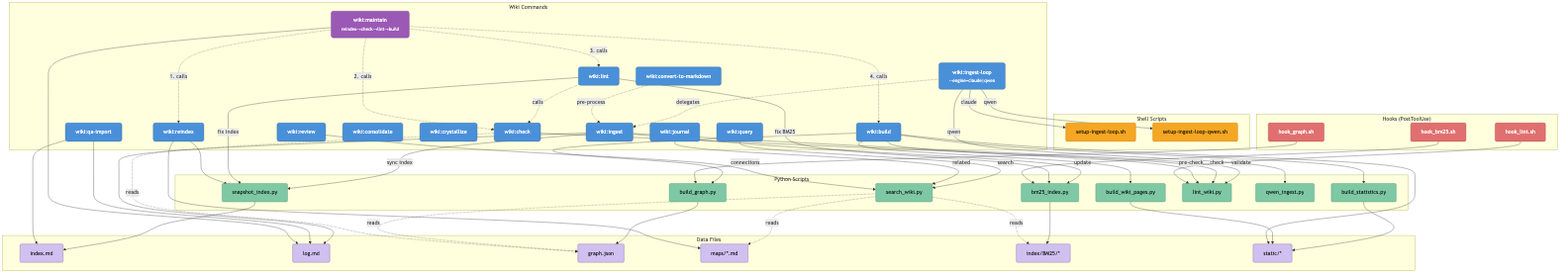
Before: static/asset/DAG.png, a diagram exported from Mermaid (1998x-stack/llm-wiki-plugin). Its source is kept beside it as static/asset/DAG.mmd.
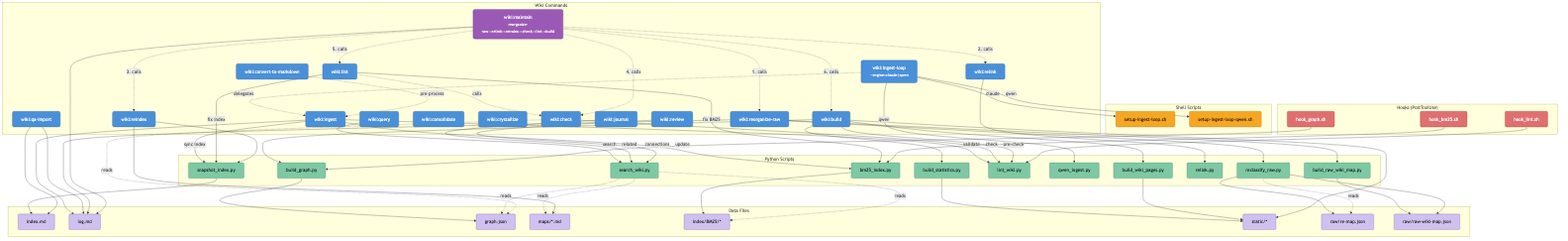
Above is the later version.

Diff of the diagram source:
```diff
@@ -10,7 +10,9 @@
     C_LINT["wiki:lint"]
     C_BUILD["wiki:build"]
     C_REINDEX["wiki:reindex"]
-    C_MAINTAIN["wiki:maintain<br/><small>reindex→check→lint→build</small>"]
+    C_RELINK["wiki:relink"]
+    C_REORGANIZE["wiki:reorganize-raw"]
+    C_MAINTAIN["wiki:maintain<br/><small>reorganize-raw→relink→reindex→check→lint→build</small>"]
     C_CONSOLIDATE["wiki:consolidate"]
     C_CRYSTALLIZE["wiki:crystallize"]
     C_JOURNAL["wiki:journal"]
@@ -29,6 +31,9 @@
     PY_LINT["lint_wiki.py"]
     PY_QWEN["qwen_ingest.py"]
     PY_SEARCH["search_wiki.py"]
+    PY_RELINK["relink.py"]
+    PY_RAWMAP["build_raw_wiki_map.py"]
+    PY_RECLASSIFY["reclassify_raw.py"]
 end
 
 subgraph SHSCRIPTS["Shell Scripts"]
@@ -52,6 +57,8 @@
     D_MAPS["maps/*.md"]
     D_BM25["index/BM25/*"]
     D_STATIC["static/*"]
+    D_REMAP["raw/re-map.json"]
+    D_RAWWIKI["raw/raw-wiki-map.json"]
 end
 
 
@@ -79,10 +86,17 @@
 
 C_REINDEX --> PY_SNAP
 
-C_MAINTAIN -.->|"1. calls"| C_REINDEX
-C_MAINTAIN -.->|"2. calls"| C_CHECK
-C_MAINTAIN -.->|"3. calls"| C_LINT
-C_MAINTAIN -.->|"4. calls"| C_BUILD
+C_RELINK --> PY_RELINK
+
+C_REORGANIZE --> PY_RAWMAP
+C_REORGANIZE --> PY_RECLASSIFY
+
+C_MAINTAIN -.->|"1. calls"| C_REORGANIZE
+C_MAINTAIN -.->|"2. calls"| C_RELINK
+C_MAINTAIN -.->|"3. calls"| C_REINDEX
+C_MAINTAIN -.->|"4. calls"| C_CHECK
+C_MAINTAIN -.->|"5. calls"| C_LINT
+C_MAINTAIN -.->|"6. calls"| C_BUILD
 
 C_JOURNAL -->|"related"| PY_SEARCH
 C_REVIEW -->|"connections"| PY_SEARCH
@@ -100,12 +114,16 @@
 PY_STATS --> D_STATIC
 PY_WIKI --> D_STATIC
 PY_SNAP --> D_INDEX
+PY_RAWMAP --> D_RAWWIKI
+PY_RECLASSIFY --> D_REMAP
+PY_RECLASSIFY --> D_RAWWIKI
 
 
 PY_SEARCH -.->|"reads"| D_BM25
 PY_SEARCH -.->|"reads"| D_MAPS
 PY_SEARCH -.->|"reads"| D_GRAPH
 C_CHECK -.->|"reads"| D_GRAPH
+PY_RECLASSIFY -.->|"reads"| D_REMAP
 
 
 C_INGEST --> D_LOG
@@ -113,6 +131,7 @@
 C_QAIMPORT --> D_LOG
 C_REINDEX --> D_MAPS
 C_BUILD --> D_STATIC
+C_REORGANIZE --> D_LOG
 C_MAINTAIN --> D_LOG
 
 
@@ -123,9 +142,9 @@
 classDef data     fill:#D0C0F0,stroke:#7060A0,color:#000,rx:4
 classDef pipeline fill:#9B59B6,stroke:#6C3483,color:#fff,rx:6
 
-class C_INGEST,C_LOOP,C_QUERY,C_CHECK,C_LINT,C_BUILD,C_REINDEX,C_CONSOLIDATE,C_CRYSTALLIZE,C_JOURNAL,C_REVIEW,C_QAIMPORT,C_CONVERT command
+class C_INGEST,C_LOOP,C_QUERY,C_CHECK,C_LINT,C_BUILD,C_REINDEX,C_RELINK,C_REORGANIZE,C_CONSOLIDATE,C_CRYSTALLIZE,C_JOURNAL,C_REVIEW,C_QAIMPORT,C_CONVERT command
 class C_MAINTAIN pipeline
-class PY_BM25,PY_GRAPH,PY_STATS,PY_WIKI,PY_SNAP,PY_LINT,PY_QWEN,PY_SEARCH pyscript
+class PY_BM25,PY_GRAPH,PY_STATS,PY_WIKI,PY_SNAP,PY_LINT,PY_QWEN,PY_SEARCH,PY_RELINK,PY_RAWMAP,PY_RECLASSIFY pyscript
 class SH_LOOP,SH_QWEN shscript
 class H_LINT,H_BM25,H_GRAPH hook
-class D_INDEX,D_LOG,D_GRAPH,D_MAPS,D_BM25,D_STATIC data
+class D_INDEX,D_LOG,D_GRAPH,D_MAPS,D_BM25,D_STATIC,D_REMAP,D_RAWWIKI data
```
